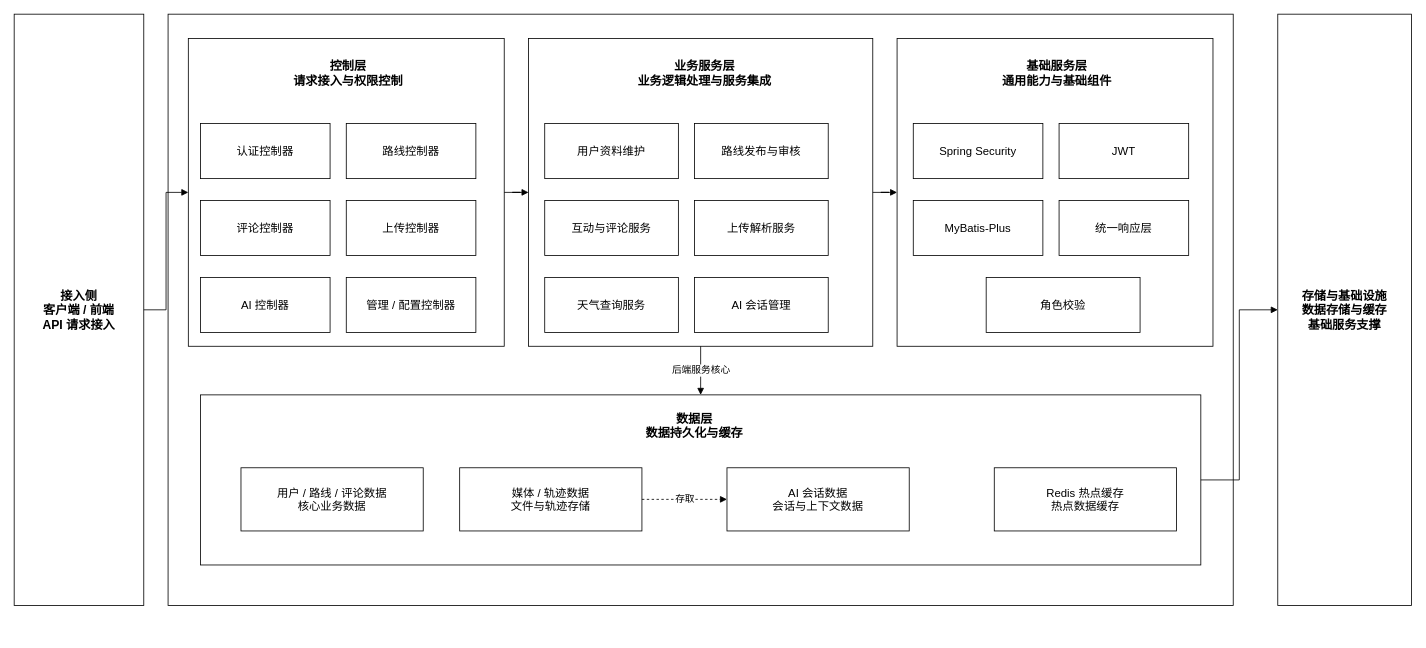
Before: DOCS/architecture-diagrams/sources/后端服务层架构图.drawio in 612cs/TrailQuest, a draw.io diagram. Source tidied: cells renumbered, new cells numbered last; positions are measured from the earlier drawing's top-left corner, leaving out a move shared by most shapes. Both pictures are drawn from the tidied source at 81%, with x=0, y=0 at pixel (14, 14).
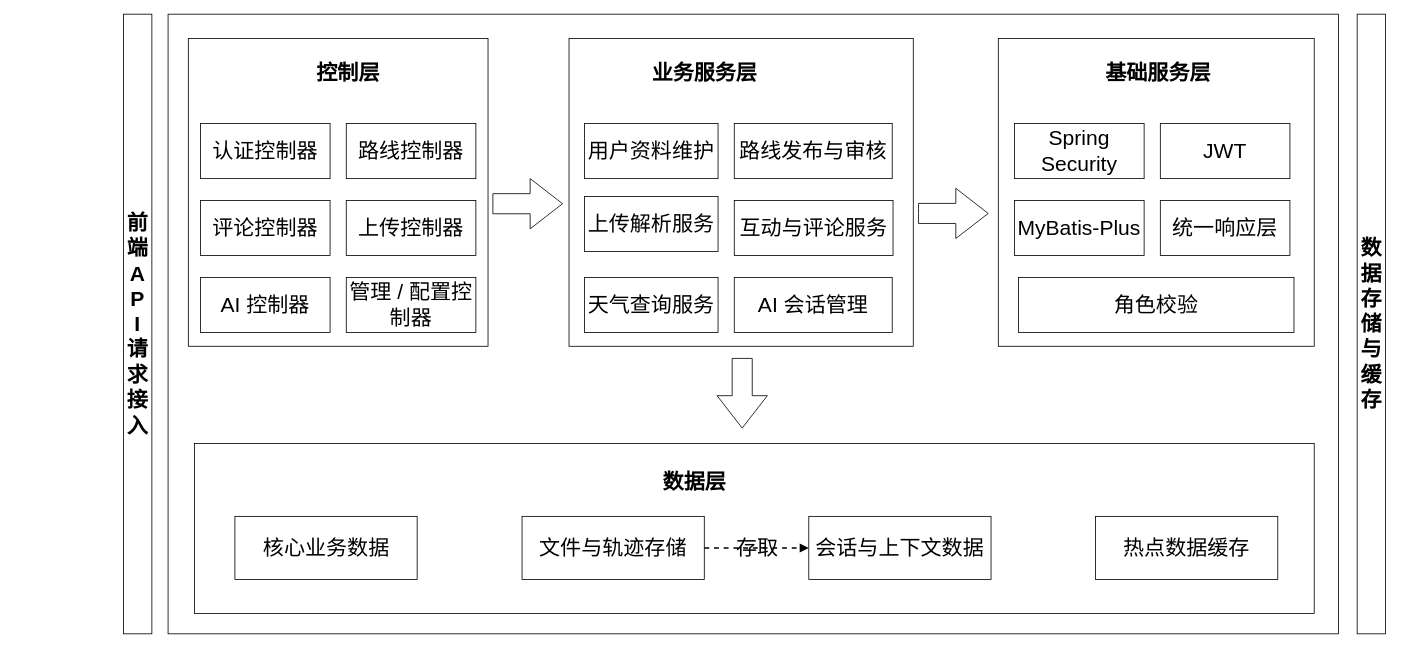
The same page after the edit.

The edit, as a diff of the source:
```diff
@@
-    <mxCell id="2" value="接入侧&#10;客户端 / 前端&#10;API 请求接入" style="rounded=0;whiteSpace=wrap;html=1;strokeColor=#000000;fillColor=#ffffff;fontSize=15;fontStyle=1;align=center;verticalAlign=middle;" parent="1" vertex="1">
-      <mxGeometry width="160" height="730" as="geometry" />
+    <mxCell id="2" value="前端&lt;br&gt;A&lt;div&gt;P&lt;/div&gt;&lt;div&gt;I 请求接入&lt;/div&gt;" style="rounded=0;whiteSpace=wrap;html=1;strokeColor=#000000;fillColor=none;fontSize=26;fontStyle=1;align=center;verticalAlign=middle;" parent="1" vertex="1">
+      <mxGeometry x="135" width="35" height="765" as="geometry" />
     </mxCell>
-    <mxCell id="3" value="存储与基础设施&#10;数据存储与缓存&#10;基础服务支撑" style="rounded=0;whiteSpace=wrap;html=1;strokeColor=#000000;fillColor=#ffffff;fontSize=15;fontStyle=1;align=center;verticalAlign=middle;" parent="1" vertex="1">
-      <mxGeometry x="1560" width="165" height="730" as="geometry" />
+    <mxCell id="3" value="&lt;br&gt;数据存储与缓存&lt;div&gt;&lt;br/&gt;&lt;/div&gt;" style="rounded=0;whiteSpace=wrap;html=1;strokeColor=#000000;fillColor=none;fontSize=26;fontStyle=1;align=center;verticalAlign=middle;" parent="1" vertex="1">
+      <mxGeometry x="1658" width="35" height="765" as="geometry" />
     </mxCell>
-    <mxCell id="4" style="rounded=0;whiteSpace=wrap;html=1;strokeColor=#000000;fillColor=#ffffff;fontSize=14;" parent="1" vertex="1">
-      <mxGeometry x="190" width="1315" height="730" as="geometry" />
+    <mxCell id="4" style="rounded=0;whiteSpace=wrap;html=1;strokeColor=#000000;fillColor=none;fontSize=26;" parent="1" vertex="1">
+      <mxGeometry x="190" width="1445" height="765" as="geometry" />
     </mxCell>
-    <mxCell id="5" style="rounded=0;whiteSpace=wrap;html=1;strokeColor=#000000;fillColor=#ffffff;fontSize=14;" parent="1" vertex="1">
-      <mxGeometry x="215" y="30" width="390" height="380" as="geometry" />
+    <mxCell id="5" style="rounded=0;whiteSpace=wrap;html=1;strokeColor=#000000;fillColor=none;fontSize=26;" parent="1" vertex="1">
+      <mxGeometry x="215" y="30" width="370" height="380" as="geometry" />
     </mxCell>
-    <mxCell id="6" value="控制层&#10;请求接入与权限控制" style="rounded=0;whiteSpace=wrap;html=1;strokeColor=none;fillColor=none;fontSize=15;fontStyle=1;align=center;verticalAlign=middle;" parent="1" vertex="1">
+    <mxCell id="6" value="控制层" style="rounded=0;whiteSpace=wrap;html=1;strokeColor=none;fillColor=none;fontSize=26;fontStyle=1;align=center;verticalAlign=middle;" parent="1" vertex="1">
       <mxGeometry x="310" y="50" width="205" height="45" as="geometry" />
     </mxCell>
-    <mxCell id="7" value="认证控制器" style="rounded=0;whiteSpace=wrap;html=1;strokeColor=#000000;fillColor=#ffffff;fontSize=14;align=center;verticalAlign=middle;" parent="1" vertex="1">
+    <mxCell id="7" value="认证控制器" style="rounded=0;whiteSpace=wrap;html=1;strokeColor=#000000;fillColor=none;fontSize=26;align=center;verticalAlign=middle;" parent="1" vertex="1">
       <mxGeometry x="230" y="135" width="160" height="68" as="geometry" />
     </mxCell>
-    <mxCell id="8" value="路线控制器" style="rounded=0;whiteSpace=wrap;html=1;strokeColor=#000000;fillColor=#ffffff;fontSize=14;align=center;verticalAlign=middle;" parent="1" vertex="1">
+    <mxCell id="8" value="路线控制器" style="rounded=0;whiteSpace=wrap;html=1;strokeColor=#000000;fillColor=none;fontSize=26;align=center;verticalAlign=middle;" parent="1" vertex="1">
       <mxGeometry x="410" y="135" width="160" height="68" as="geometry" />
     </mxCell>
-    <mxCell id="9" value="评论控制器" style="rounded=0;whiteSpace=wrap;html=1;strokeColor=#000000;fillColor=#ffffff;fontSize=14;align=center;verticalAlign=middle;" parent="1" vertex="1">
+    <mxCell id="9" value="评论控制器" style="rounded=0;whiteSpace=wrap;html=1;strokeColor=#000000;fillColor=none;fontSize=26;align=center;verticalAlign=middle;" parent="1" vertex="1">
       <mxGeometry x="230" y="230" width="160" height="68" as="geometry" />
     </mxCell>
-    <mxCell id="10" value="上传控制器" style="rounded=0;whiteSpace=wrap;html=1;strokeColor=#000000;fillColor=#ffffff;fontSize=14;align=center;verticalAlign=middle;" parent="1" vertex="1">
+    <mxCell id="10" value="上传控制器" style="rounded=0;whiteSpace=wrap;html=1;strokeColor=#000000;fillColor=none;fontSize=26;align=center;verticalAlign=middle;" parent="1" vertex="1">
       <mxGeometry x="410" y="230" width="160" height="68" as="geometry" />
     </mxCell>
-    <mxCell id="11" value="AI 控制器" style="rounded=0;whiteSpace=wrap;html=1;strokeColor=#000000;fillColor=#ffffff;fontSize=14;align=center;verticalAlign=middle;" parent="1" vertex="1">
+    <mxCell id="11" value="AI 控制器" style="rounded=0;whiteSpace=wrap;html=1;strokeColor=#000000;fillColor=none;fontSize=26;align=center;verticalAlign=middle;" parent="1" vertex="1">
       <mxGeometry x="230" y="325" width="160" height="68" as="geometry" />
     </mxCell>
-    <mxCell id="12" value="管理 / 配置控制器" style="rounded=0;whiteSpace=wrap;html=1;strokeColor=#000000;fillColor=#ffffff;fontSize=14;align=center;verticalAlign=middle;" parent="1" vertex="1">
+    <mxCell id="12" value="管理 / 配置控制器" style="rounded=0;whiteSpace=wrap;html=1;strokeColor=#000000;fillColor=none;fontSize=26;align=center;verticalAlign=middle;" parent="1" vertex="1">
       <mxGeometry x="410" y="325" width="160" height="68" as="geometry" />
     </mxCell>
-    <mxCell id="13" style="rounded=0;whiteSpace=wrap;html=1;strokeColor=#000000;fillColor=#ffffff;fontSize=14;" parent="1" vertex="1">
-      <mxGeometry x="635" y="30" width="425" height="380" as="geometry" />
+    <mxCell id="13" style="rounded=0;whiteSpace=wrap;html=1;strokeColor=#000000;fillColor=none;fontSize=26;" parent="1" vertex="1">
+      <mxGeometry x="685" y="30" width="425" height="380" as="geometry" />
     </mxCell>
-    <mxCell id="14" value="业务服务层&#10;业务逻辑处理与服务集成" style="rounded=0;whiteSpace=wrap;html=1;strokeColor=none;fillColor=none;fontSize=15;fontStyle=1;align=center;verticalAlign=middle;" parent="1" vertex="1">
+    <mxCell id="14" value="业务服务层" style="rounded=0;whiteSpace=wrap;html=1;strokeColor=none;fillColor=none;fontSize=26;fontStyle=1;align=center;verticalAlign=middle;" parent="1" vertex="1">
       <mxGeometry x="735" y="50" width="235" height="45" as="geometry" />
     </mxCell>
-    <mxCell id="15" value="用户资料维护" style="rounded=0;whiteSpace=wrap;html=1;strokeColor=#000000;fillColor=#ffffff;fontSize=14;align=center;verticalAlign=middle;" parent="1" vertex="1">
-      <mxGeometry x="655" y="135" width="165" height="68" as="geometry" />
+    <mxCell id="15" value="用户资料维护" style="rounded=0;whiteSpace=wrap;html=1;strokeColor=#000000;fillColor=none;fontSize=26;align=center;verticalAlign=middle;" parent="1" vertex="1">
+      <mxGeometry x="704" y="135" width="165" height="68" as="geometry" />
     </mxCell>
-    <mxCell id="16" value="路线发布与审核" style="rounded=0;whiteSpace=wrap;html=1;strokeColor=#000000;fillColor=#ffffff;fontSize=14;align=center;verticalAlign=middle;" parent="1" vertex="1">
-      <mxGeometry x="840" y="135" width="165" height="68" as="geometry" />
+    <mxCell id="16" value="路线发布与审核" style="rounded=0;whiteSpace=wrap;html=1;strokeColor=#000000;fillColor=none;fontSize=26;align=center;verticalAlign=middle;" parent="1" vertex="1">
+      <mxGeometry x="889" y="135" width="195" height="68" as="geometry" />
     </mxCell>
-    <mxCell id="17" value="互动与评论服务" style="rounded=0;whiteSpace=wrap;html=1;strokeColor=#000000;fillColor=#ffffff;fontSize=14;align=center;verticalAlign=middle;" parent="1" vertex="1">
-      <mxGeometry x="655" y="230" width="165" height="68" as="geometry" />
+    <mxCell id="17" value="互动与评论服务" style="rounded=0;whiteSpace=wrap;html=1;strokeColor=#000000;fillColor=none;fontSize=26;align=center;verticalAlign=middle;" parent="1" vertex="1">
+      <mxGeometry x="889" y="230" width="196" height="68" as="geometry" />
     </mxCell>
-    <mxCell id="18" value="上传解析服务" style="rounded=0;whiteSpace=wrap;html=1;strokeColor=#000000;fillColor=#ffffff;fontSize=14;align=center;verticalAlign=middle;" parent="1" vertex="1">
-      <mxGeometry x="840" y="230" width="165" height="68" as="geometry" />
+    <mxCell id="18" value="上传解析服务" style="rounded=0;whiteSpace=wrap;html=1;strokeColor=#000000;fillColor=none;fontSize=26;align=center;verticalAlign=middle;" parent="1" vertex="1">
+      <mxGeometry x="704" y="225" width="165" height="68" as="geometry" />
     </mxCell>
-    <mxCell id="19" value="天气查询服务" style="rounded=0;whiteSpace=wrap;html=1;strokeColor=#000000;fillColor=#ffffff;fontSize=14;align=center;verticalAlign=middle;" parent="1" vertex="1">
-      <mxGeometry x="655" y="325" width="165" height="68" as="geometry" />
+    <mxCell id="19" value="天气查询服务" style="rounded=0;whiteSpace=wrap;html=1;strokeColor=#000000;fillColor=none;fontSize=26;align=center;verticalAlign=middle;" parent="1" vertex="1">
+      <mxGeometry x="704" y="325" width="165" height="68" as="geometry" />
     </mxCell>
-    <mxCell id="20" value="AI 会话管理" style="rounded=0;whiteSpace=wrap;html=1;strokeColor=#000000;fillColor=#ffffff;fontSize=14;align=center;verticalAlign=middle;" parent="1" vertex="1">
-      <mxGeometry x="840" y="325" width="165" height="68" as="geometry" />
+    <mxCell id="20" value="AI 会话管理" style="rounded=0;whiteSpace=wrap;html=1;strokeColor=#000000;fillColor=none;fontSize=26;align=center;verticalAlign=middle;" parent="1" vertex="1">
+      <mxGeometry x="889" y="325" width="195" height="68" as="geometry" />
     </mxCell>
-    <mxCell id="21" style="rounded=0;whiteSpace=wrap;html=1;strokeColor=#000000;fillColor=#ffffff;fontSize=14;" parent="1" vertex="1">
-      <mxGeometry x="1090" y="30" width="390" height="380" as="geometry" />
+    <mxCell id="21" style="rounded=0;whiteSpace=wrap;html=1;strokeColor=#000000;fillColor=none;fontSize=26;" parent="1" vertex="1">
+      <mxGeometry x="1215" y="30" width="390" height="380" as="geometry" />
     </mxCell>
-    <mxCell id="22" value="基础服务层&#10;通用能力与基础组件" style="rounded=0;whiteSpace=wrap;html=1;strokeColor=none;fillColor=none;fontSize=15;fontStyle=1;align=center;verticalAlign=middle;" parent="1" vertex="1">
-      <mxGeometry x="1185" y="50" width="205" height="45" as="geometry" />
+    <mxCell id="22" value="基础服务层" style="rounded=0;whiteSpace=wrap;html=1;strokeColor=none;fillColor=none;fontSize=26;fontStyle=1;align=center;verticalAlign=middle;" parent="1" vertex="1">
+      <mxGeometry x="1310" y="50" width="205" height="45" as="geometry" />
     </mxCell>
-    <mxCell id="23" value="Spring Security" style="rounded=0;whiteSpace=wrap;html=1;strokeColor=#000000;fillColor=#ffffff;fontSize=14;align=center;verticalAlign=middle;" parent="1" vertex="1">
-      <mxGeometry x="1110" y="135" width="160" height="68" as="geometry" />
+    <mxCell id="23" value="Spring Security" style="rounded=0;whiteSpace=wrap;html=1;strokeColor=#000000;fillColor=none;fontSize=26;align=center;verticalAlign=middle;" parent="1" vertex="1">
+      <mxGeometry x="1235" y="135" width="160" height="68" as="geometry" />
     </mxCell>
-    <mxCell id="24" value="JWT" style="rounded=0;whiteSpace=wrap;html=1;strokeColor=#000000;fillColor=#ffffff;fontSize=14;align=center;verticalAlign=middle;" parent="1" vertex="1">
-      <mxGeometry x="1290" y="135" width="160" height="68" as="geometry" />
+    <mxCell id="24" value="JWT" style="rounded=0;whiteSpace=wrap;html=1;strokeColor=#000000;fillColor=none;fontSize=26;align=center;verticalAlign=middle;" parent="1" vertex="1">
+      <mxGeometry x="1415" y="135" width="160" height="68" as="geometry" />
     </mxCell>
-    <mxCell id="25" value="MyBatis-Plus" style="rounded=0;whiteSpace=wrap;html=1;strokeColor=#000000;fillColor=#ffffff;fontSize=14;align=center;verticalAlign=middle;" parent="1" vertex="1">
-      <mxGeometry x="1110" y="230" width="160" height="68" as="geometry" />
+    <mxCell id="25" value="MyBatis-Plus" style="rounded=0;whiteSpace=wrap;html=1;strokeColor=#000000;fillColor=none;fontSize=26;align=center;verticalAlign=middle;" parent="1" vertex="1">
+      <mxGeometry x="1235" y="230" width="160" height="68" as="geometry" />
     </mxCell>
-    <mxCell id="26" value="统一响应层" style="rounded=0;whiteSpace=wrap;html=1;strokeColor=#000000;fillColor=#ffffff;fontSize=14;align=center;verticalAlign=middle;" parent="1" vertex="1">
-      <mxGeometry x="1290" y="230" width="160" height="68" as="geometry" />
+    <mxCell id="26" value="统一响应层" style="rounded=0;whiteSpace=wrap;html=1;strokeColor=#000000;fillColor=none;fontSize=26;align=center;verticalAlign=middle;" parent="1" vertex="1">
+      <mxGeometry x="1415" y="230" width="160" height="68" as="geometry" />
     </mxCell>
-    <mxCell id="27" value="角色校验" style="rounded=0;whiteSpace=wrap;html=1;strokeColor=#000000;fillColor=#ffffff;fontSize=14;align=center;verticalAlign=middle;" parent="1" vertex="1">
-      <mxGeometry x="1200" y="325" width="190" height="68" as="geometry" />
+    <mxCell id="27" value="角色校验" style="rounded=0;whiteSpace=wrap;html=1;strokeColor=#000000;fillColor=none;fontSize=26;align=center;verticalAlign=middle;" parent="1" vertex="1">
+      <mxGeometry x="1240" y="325" width="340" height="68" as="geometry" />
     </mxCell>
-    <mxCell id="28" style="rounded=0;whiteSpace=wrap;html=1;strokeColor=#000000;fillColor=#ffffff;fontSize=14;" parent="1" vertex="1">
-      <mxGeometry x="230" y="470" width="1235" height="210" as="geometry" />
+    <mxCell id="28" style="rounded=0;whiteSpace=wrap;html=1;strokeColor=#000000;fillColor=none;fontSize=26;" parent="1" vertex="1">
+      <mxGeometry x="222.5" y="530" width="1382.5" height="210" as="geometry" />
     </mxCell>
-    <mxCell id="29" value="数据层&#10;数据持久化与缓存" style="rounded=0;whiteSpace=wrap;html=1;strokeColor=none;fillColor=none;fontSize=15;fontStyle=1;align=center;verticalAlign=middle;" parent="1" vertex="1">
-      <mxGeometry x="625" y="485" width="430" height="45" as="geometry" />
+    <mxCell id="29" value="数据层" style="rounded=0;whiteSpace=wrap;html=1;strokeColor=none;fillColor=none;fontSize=26;fontStyle=1;align=center;verticalAlign=middle;" parent="1" vertex="1">
+      <mxGeometry x="625" y="555" width="430" height="45" as="geometry" />
     </mxCell>
-    <mxCell id="30" value="用户 / 路线 / 评论数据&#10;核心业务数据" style="rounded=0;whiteSpace=wrap;html=1;strokeColor=#000000;fillColor=#ffffff;fontSize=14;align=center;verticalAlign=middle;" parent="1" vertex="1">
-      <mxGeometry x="280" y="560" width="225" height="78" as="geometry" />
+    <mxCell id="30" value="核心业务数据" style="rounded=0;whiteSpace=wrap;html=1;strokeColor=#000000;fillColor=none;fontSize=26;align=center;verticalAlign=middle;" parent="1" vertex="1">
+      <mxGeometry x="272.5" y="620" width="225" height="78" as="geometry" />
     </mxCell>
-    <mxCell id="31" value="媒体 / 轨迹数据&#10;文件与轨迹存储" style="rounded=0;whiteSpace=wrap;html=1;strokeColor=#000000;fillColor=#ffffff;fontSize=14;align=center;verticalAlign=middle;" parent="1" vertex="1">
-      <mxGeometry x="550" y="560" width="225" height="78" as="geometry" />
+    <mxCell id="31" value="文件与轨迹存储" style="rounded=0;whiteSpace=wrap;html=1;strokeColor=#000000;fillColor=none;fontSize=26;align=center;verticalAlign=middle;" parent="1" vertex="1">
+      <mxGeometry x="627" y="620" width="225" height="78" as="geometry" />
     </mxCell>
-    <mxCell id="32" value="AI 会话数据&#10;会话与上下文数据" style="rounded=0;whiteSpace=wrap;html=1;strokeColor=#000000;fillColor=#ffffff;fontSize=14;align=center;verticalAlign=middle;" parent="1" vertex="1">
-      <mxGeometry x="880" y="560" width="225" height="78" as="geometry" />
+    <mxCell id="32" value="会话与上下文数据" style="rounded=0;whiteSpace=wrap;html=1;strokeColor=#000000;fillColor=none;fontSize=26;align=center;verticalAlign=middle;" parent="1" vertex="1">
+      <mxGeometry x="981" y="620" width="225" height="78" as="geometry" />
     </mxCell>
-    <mxCell id="33" value="Redis 热点缓存&#10;热点数据缓存" style="rounded=0;whiteSpace=wrap;html=1;strokeColor=#000000;fillColor=#ffffff;fontSize=14;align=center;verticalAlign=middle;" parent="1" vertex="1">
-      <mxGeometry x="1210" y="560" width="225" height="78" as="geometry" />
+    <mxCell id="33" value="热点数据缓存" style="rounded=0;whiteSpace=wrap;html=1;strokeColor=#000000;fillColor=none;fontSize=26;align=center;verticalAlign=middle;" parent="1" vertex="1">
+      <mxGeometry x="1335" y="620" width="225" height="78" as="geometry" />
     </mxCell>
-    <mxCell id="34" style="edgeStyle=orthogonalEdgeStyle;rounded=0;jettySize=auto;html=1;strokeColor=#000000;endArrow=block;endFill=1;fontSize=12;" parent="1" edge="1" source="2" target="5">
-      <mxGeometry relative="1" as="geometry" />
-    </mxCell>
-    <mxCell id="35" style="edgeStyle=orthogonalEdgeStyle;rounded=0;jettySize=auto;html=1;strokeColor=#000000;endArrow=block;endFill=1;fontSize=12;" parent="1" edge="1" source="5" target="13">
-      <mxGeometry relative="1" as="geometry" />
-    </mxCell>
-    <mxCell id="36" style="edgeStyle=orthogonalEdgeStyle;rounded=0;jettySize=auto;html=1;strokeColor=#000000;endArrow=block;endFill=1;fontSize=12;" parent="1" edge="1" source="13" target="21">
-      <mxGeometry relative="1" as="geometry" />
-    </mxCell>
-    <mxCell id="37" value="后端服务核心" style="edgeStyle=orthogonalEdgeStyle;rounded=0;jettySize=auto;html=1;strokeColor=#000000;endArrow=block;endFill=1;fontSize=12;" parent="1" edge="1" source="13" target="28">
-      <mxGeometry relative="1" as="geometry" />
-    </mxCell>
-    <mxCell id="38" style="edgeStyle=orthogonalEdgeStyle;rounded=0;jettySize=auto;html=1;strokeColor=#000000;endArrow=block;endFill=1;fontSize=12;" parent="1" edge="1" source="28" target="3">
-      <mxGeometry relative="1" as="geometry" />
-    </mxCell>
-    <mxCell id="39" value="存取" style="edgeStyle=orthogonalEdgeStyle;rounded=0;jettySize=auto;html=1;strokeColor=#000000;dashed=1;endArrow=block;endFill=1;fontSize=12;" parent="1" edge="1" source="31" target="32">
+    <mxCell id="39" value="存取" style="edgeStyle=orthogonalEdgeStyle;rounded=0;jettySize=auto;html=1;strokeColor=#000000;dashed=1;endArrow=block;endFill=1;fontSize=26;strokeWidth=2;labelBackgroundColor=none;" parent="1" edge="1" source="31" target="32">
       <mxGeometry relative="1" as="geometry" />
     </mxCell>
+    <mxCell id="40" style="html=1;shadow=0;dashed=0;align=center;verticalAlign=middle;shape=mxgraph.arrows2.arrow;dy=0.6;dx=40;notch=0;fillColor=none;" parent="1" vertex="1">
+      <mxGeometry x="591" y="203" width="86" height="62" as="geometry" />
+    </mxCell>
+    <mxCell id="41" style="html=1;shadow=0;dashed=0;align=center;verticalAlign=middle;shape=mxgraph.arrows2.arrow;dy=0.6;dx=40;notch=0;fillColor=none;" parent="1" vertex="1">
+      <mxGeometry x="1116.5" y="215" width="86" height="62" as="geometry" />
+    </mxCell>
+    <mxCell id="42" style="html=1;shadow=0;dashed=0;align=center;verticalAlign=middle;shape=mxgraph.arrows2.arrow;dy=0.6;dx=40;notch=0;direction=south;fillColor=none;" parent="1" vertex="1">
+      <mxGeometry x="867.8" y="425" width="62" height="86" as="geometry" />
+    </mxCell>
```
